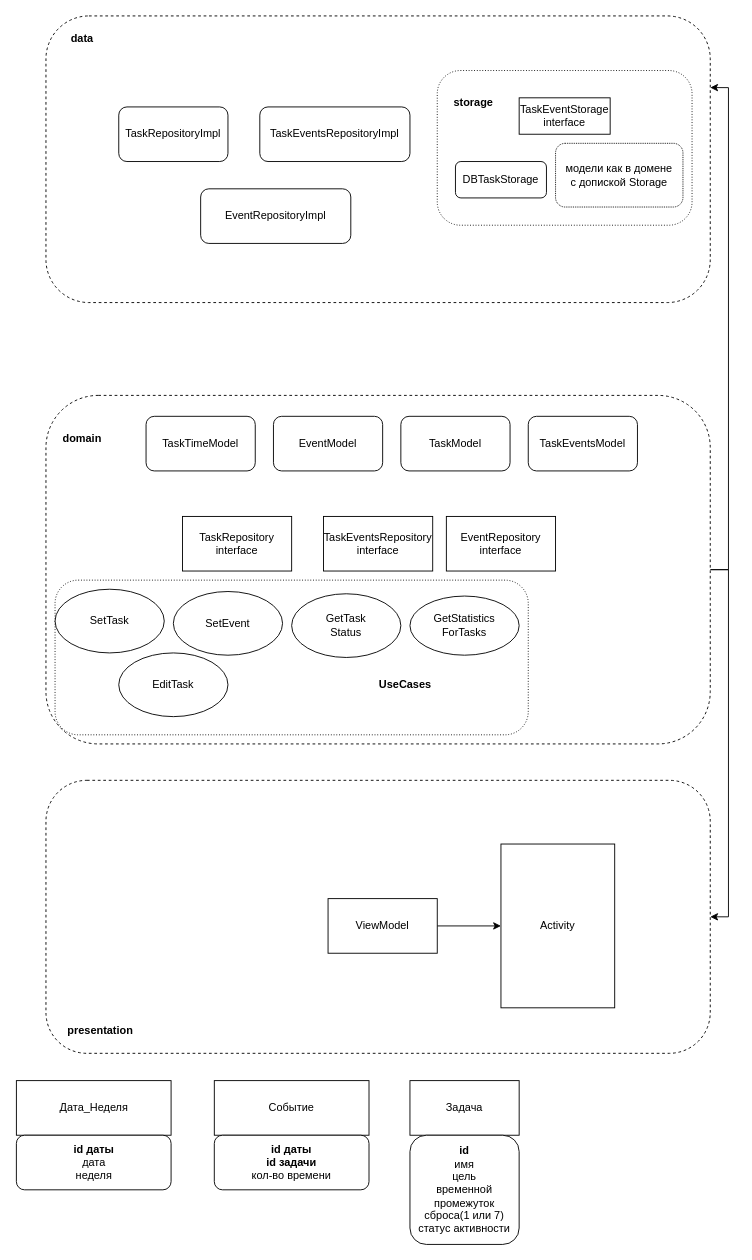
This is Untitled Diagram.drawio from ZXLTRXN/Workulator, a draw.io file, before an edit. Source tidied: cells renumbered, new cells numbered last; positions are measured from the earlier drawing's top-left corner, leaving out a move shared by most shapes. Both pictures are drawn from the tidied source at 91%, with x=0, y=0 at pixel (16, 15).
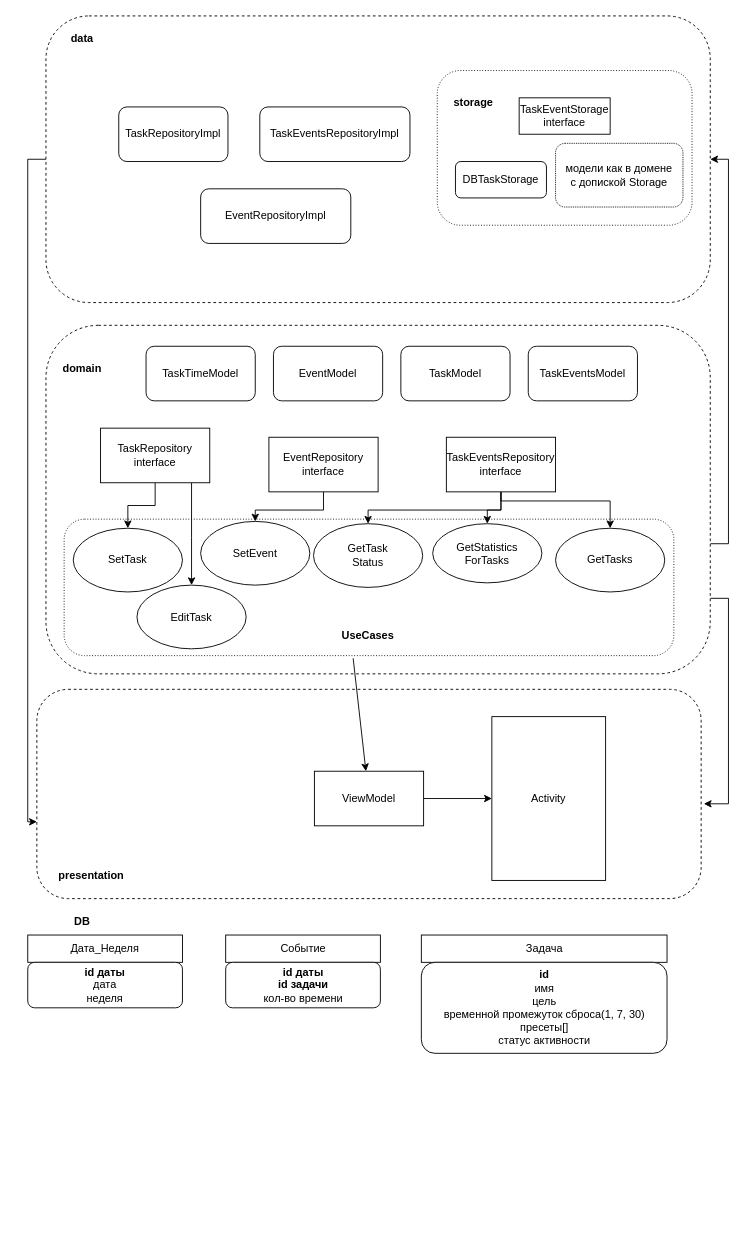
The same page after the edit.

Unchanged cells that the change refers to:
```xml
<mxCell id="2" style="rounded=1;whiteSpace=wrap;html=1;dashed=1;" parent="1" vertex="1">
  <mxGeometry x="32" width="730" height="315" as="geometry" />
</mxCell>
```

Diff of the diagram source:
```diff
@@
+    <mxCell id="41" style="edgeStyle=orthogonalEdgeStyle;rounded=0;jettySize=auto;html=1;entryX=0;entryY=0.633;entryDx=0;entryDy=0;entryPerimeter=0;" parent="1" edge="1" source="2" target="10">
+      <mxGeometry relative="1" as="geometry">
+        <Array as="points">
+          <mxPoint x="12" y="158" />
+          <mxPoint x="12" y="886" />
+        </Array>
+      </mxGeometry>
+    </mxCell>
@@
-    <mxCell id="4" style="edgeStyle=orthogonalEdgeStyle;rounded=0;jettySize=auto;html=1;entryX=1;entryY=0.5;entryDx=0;entryDy=0;" parent="1" edge="1" source="6" target="10">
+    <mxCell id="4" style="edgeStyle=orthogonalEdgeStyle;rounded=0;jettySize=auto;html=1;entryX=1.004;entryY=0.547;entryDx=0;entryDy=0;entryPerimeter=0;" parent="1" edge="1" source="6" target="10">
       <mxGeometry relative="1" as="geometry">
         <Array as="points">
-          <mxPoint x="782" y="609" />
-          <mxPoint x="782" y="990" />
+          <mxPoint x="782" y="640" />
+          <mxPoint x="782" y="866" />
         </Array>
       </mxGeometry>
     </mxCell>
-    <mxCell id="5" style="edgeStyle=orthogonalEdgeStyle;rounded=0;jettySize=auto;html=1;entryX=1;entryY=0.25;entryDx=0;entryDy=0;" parent="1" edge="1" source="6" target="2">
+    <mxCell id="5" style="edgeStyle=orthogonalEdgeStyle;rounded=0;jettySize=auto;html=1;entryX=1;entryY=0.5;entryDx=0;entryDy=0;" parent="1" edge="1" source="6" target="2">
       <mxGeometry relative="1" as="geometry">
         <Array as="points">
-          <mxPoint x="782" y="609" />
-          <mxPoint x="782" y="79" />
+          <mxPoint x="782" y="580" />
+          <mxPoint x="782" y="158" />
         </Array>
       </mxGeometry>
     </mxCell>
     <mxCell id="6" style="rounded=1;whiteSpace=wrap;html=1;dashed=1;" parent="1" vertex="1">
-      <mxGeometry x="32" y="417" width="730" height="383" as="geometry" />
+      <mxGeometry x="32" y="340" width="730" height="383" as="geometry" />
     </mxCell>
     <mxCell id="7" style="rounded=1;whiteSpace=wrap;html=1;dashed=1;dashPattern=1 2;" parent="1" vertex="1">
-      <mxGeometry x="42" y="620" width="520" height="170" as="geometry" />
+      <mxGeometry x="52" y="553" width="670" height="150" as="geometry" />
     </mxCell>
     <mxCell id="8" value="domain" style="text;html=1;strokeColor=none;fillColor=none;align=center;verticalAlign=middle;whiteSpace=wrap;rounded=0;dashed=1;fontStyle=1;" parent="1" vertex="1">
-      <mxGeometry x="42" y="450" width="60" height="30" as="geometry" />
+      <mxGeometry x="42" y="373" width="60" height="30" as="geometry" />
     </mxCell>
@@
     <mxCell id="10" style="rounded=1;whiteSpace=wrap;html=1;dashed=1;" parent="1" vertex="1">
-      <mxGeometry x="32" y="840" width="730" height="300" as="geometry" />
+      <mxGeometry x="22" y="740" width="730" height="230" as="geometry" />
     </mxCell>
     <mxCell id="11" value="presentation" style="text;html=1;strokeColor=none;fillColor=none;align=center;verticalAlign=middle;whiteSpace=wrap;rounded=0;dashed=1;fontStyle=1;" parent="1" vertex="1">
-      <mxGeometry x="62" y="1100" width="60" height="30" as="geometry" />
+      <mxGeometry x="52" y="930" width="60" height="30" as="geometry" />
     </mxCell>
     <mxCell id="12" value="GetTask&lt;br&gt;Status" style="ellipse;whiteSpace=wrap;html=1;rounded=0;" parent="1" vertex="1">
-      <mxGeometry x="302" y="635" width="120" height="70" as="geometry" />
+      <mxGeometry x="326" y="558" width="120" height="70" as="geometry" />
     </mxCell>
     <mxCell id="13" value="SetEvent" style="ellipse;whiteSpace=wrap;html=1;rounded=0;" parent="1" vertex="1">
-      <mxGeometry x="172" y="632.5" width="120" height="70" as="geometry" />
+      <mxGeometry x="202" y="555.5" width="120" height="70" as="geometry" />
     </mxCell>
     <mxCell id="14" value="SetTask" style="ellipse;whiteSpace=wrap;html=1;rounded=0;" parent="1" vertex="1">
-      <mxGeometry x="42" y="630" width="120" height="70" as="geometry" />
+      <mxGeometry x="62" y="563" width="120" height="70" as="geometry" />
     </mxCell>
     <mxCell id="15" value="GetStatistics&lt;br&gt;ForTasks" style="ellipse;whiteSpace=wrap;html=1;rounded=0;" parent="1" vertex="1">
-      <mxGeometry x="432" y="637.5" width="120" height="65" as="geometry" />
+      <mxGeometry x="457" y="558" width="120" height="65" as="geometry" />
     </mxCell>
     <mxCell id="16" value="&lt;b&gt;UseCases&lt;/b&gt;" style="text;html=1;strokeColor=none;fillColor=none;align=center;verticalAlign=middle;whiteSpace=wrap;rounded=0;" parent="1" vertex="1">
-      <mxGeometry x="397" y="720" width="60" height="30" as="geometry" />
+      <mxGeometry x="356" y="665.5" width="60" height="30" as="geometry" />
     </mxCell>
     <mxCell id="17" value="TaskModel" style="rounded=1;whiteSpace=wrap;html=1;" parent="1" vertex="1">
-      <mxGeometry x="422" y="440" width="120" height="60" as="geometry" />
+      <mxGeometry x="422" y="363" width="120" height="60" as="geometry" />
     </mxCell>
     <mxCell id="18" value="Событие" style="rounded=0;whiteSpace=wrap;html=1;" parent="1" vertex="1">
-      <mxGeometry x="217" y="1170" width="170" height="60" as="geometry" />
+      <mxGeometry x="229.5" y="1010" width="170" height="30" as="geometry" />
     </mxCell>
     <mxCell id="19" value="&lt;b&gt;id даты&lt;br&gt;&lt;/b&gt;&lt;b&gt;id задачи&lt;/b&gt;&lt;br&gt;кол-во времени" style="rounded=1;whiteSpace=wrap;html=1;" parent="1" vertex="1">
-      <mxGeometry x="217" y="1230" width="170" height="60" as="geometry" />
+      <mxGeometry x="229.5" y="1040" width="170" height="50" as="geometry" />
     </mxCell>
     <mxCell id="20" value="Задача" style="rounded=0;whiteSpace=wrap;html=1;" parent="1" vertex="1">
-      <mxGeometry x="432" y="1170" width="120" height="60" as="geometry" />
+      <mxGeometry x="444.5" y="1010" width="270" height="30" as="geometry" />
     </mxCell>
-    <mxCell id="21" value="&lt;b&gt;id&lt;/b&gt;&lt;br&gt;имя&lt;br&gt;цель&lt;br&gt;временной промежуток&lt;br&gt;сброса(1 или 7)&lt;br&gt;статус активности" style="rounded=1;whiteSpace=wrap;html=1;" parent="1" vertex="1">
-      <mxGeometry x="432" y="1230" width="120" height="120" as="geometry" />
+    <mxCell id="21" value="&lt;b&gt;id&lt;/b&gt;&lt;br&gt;имя&lt;br&gt;цель&lt;br&gt;временной промежуток сброса(1, 7, 30)&lt;br&gt;пресеты[]&lt;br&gt;статус активности" style="rounded=1;whiteSpace=wrap;html=1;" parent="1" vertex="1">
+      <mxGeometry x="444.5" y="1040" width="270" height="100" as="geometry" />
     </mxCell>
     <mxCell id="22" value="EditTask" style="ellipse;whiteSpace=wrap;html=1;rounded=0;" parent="1" vertex="1">
-      <mxGeometry x="112" y="700" width="120" height="70" as="geometry" />
+      <mxGeometry x="132" y="625.5" width="120" height="70" as="geometry" />
     </mxCell>
     <mxCell id="23" value="TaskEventsModel" style="rounded=1;whiteSpace=wrap;html=1;" parent="1" vertex="1">
-      <mxGeometry x="562" y="440" width="120" height="60" as="geometry" />
+      <mxGeometry x="562" y="363" width="120" height="60" as="geometry" />
     </mxCell>
+    <mxCell id="42" style="edgeStyle=orthogonalEdgeStyle;rounded=0;jettySize=auto;html=1;" parent="1" edge="1" source="24" target="14">
+      <mxGeometry relative="1" as="geometry" />
+    </mxCell>
+    <mxCell id="43" style="edgeStyle=orthogonalEdgeStyle;rounded=0;jettySize=auto;html=1;" parent="1" edge="1" source="24" target="22">
+      <mxGeometry relative="1" as="geometry">
+        <Array as="points">
+          <mxPoint x="192" y="573" />
+          <mxPoint x="192" y="573" />
+        </Array>
+      </mxGeometry>
+    </mxCell>
     <mxCell id="24" value="TaskRepository&lt;br&gt;interface" style="rounded=0;whiteSpace=wrap;html=1;" parent="1" vertex="1">
-      <mxGeometry x="182" y="550" width="120" height="60" as="geometry" />
+      <mxGeometry x="92" y="453" width="120" height="60" as="geometry" />
     </mxCell>
+    <mxCell id="44" style="edgeStyle=orthogonalEdgeStyle;rounded=0;jettySize=auto;html=1;entryX=0.5;entryY=0;entryDx=0;entryDy=0;" parent="1" edge="1" source="25" target="12">
+      <mxGeometry relative="1" as="geometry">
+        <Array as="points">
+          <mxPoint x="532" y="543" />
+          <mxPoint x="386" y="543" />
+        </Array>
+      </mxGeometry>
+    </mxCell>
+    <mxCell id="45" style="edgeStyle=orthogonalEdgeStyle;rounded=0;jettySize=auto;html=1;entryX=0.5;entryY=0;entryDx=0;entryDy=0;" parent="1" edge="1" source="25" target="15">
+      <mxGeometry relative="1" as="geometry" />
+    </mxCell>
+    <mxCell id="46" style="edgeStyle=orthogonalEdgeStyle;rounded=0;jettySize=auto;html=1;" parent="1" edge="1" source="25" target="48">
+      <mxGeometry relative="1" as="geometry">
+        <Array as="points">
+          <mxPoint x="532" y="533" />
+          <mxPoint x="652" y="533" />
+        </Array>
+      </mxGeometry>
+    </mxCell>
     <mxCell id="25" value="TaskEventsRepository&lt;br&gt;interface" style="rounded=0;whiteSpace=wrap;html=1;" parent="1" vertex="1">
-      <mxGeometry x="337" y="550" width="120" height="60" as="geometry" />
+      <mxGeometry x="472" y="463" width="120" height="60" as="geometry" />
     </mxCell>
@@
     <mxCell id="32" value="ViewModel" style="rounded=0;whiteSpace=wrap;html=1;" parent="1" vertex="1">
-      <mxGeometry x="342" y="970" width="120" height="60" as="geometry" />
+      <mxGeometry x="327" y="830" width="120" height="60" as="geometry" />
     </mxCell>
     <mxCell id="33" value="Activity" style="rounded=0;whiteSpace=wrap;html=1;" parent="1" vertex="1">
-      <mxGeometry x="532" y="910" width="125" height="180" as="geometry" />
+      <mxGeometry x="522" y="770" width="125" height="180" as="geometry" />
     </mxCell>
+    <mxCell id="47" style="edgeStyle=orthogonalEdgeStyle;rounded=0;jettySize=auto;html=1;" parent="1" edge="1" source="34" target="13">
+      <mxGeometry relative="1" as="geometry" />
+    </mxCell>
     <mxCell id="34" value="EventRepository&lt;br&gt;interface" style="rounded=0;whiteSpace=wrap;html=1;" parent="1" vertex="1">
-      <mxGeometry x="472" y="550" width="120" height="60" as="geometry" />
+      <mxGeometry x="277" y="463" width="120" height="60" as="geometry" />
     </mxCell>
@@
     <mxCell id="36" value="TaskTimeModel" style="rounded=1;whiteSpace=wrap;html=1;" parent="1" vertex="1">
-      <mxGeometry x="142" y="440" width="120" height="60" as="geometry" />
+      <mxGeometry x="142" y="363" width="120" height="60" as="geometry" />
     </mxCell>
     <mxCell id="37" value="EventModel" style="rounded=1;whiteSpace=wrap;html=1;" parent="1" vertex="1">
-      <mxGeometry x="282" y="440" width="120" height="60" as="geometry" />
+      <mxGeometry x="282" y="363" width="120" height="60" as="geometry" />
     </mxCell>
@@
     <mxCell id="39" value="Дата_Неделя" style="rounded=0;whiteSpace=wrap;html=1;" parent="1" vertex="1">
-      <mxGeometry x="-0.5" y="1170" width="170" height="60" as="geometry" />
+      <mxGeometry x="12" y="1010" width="170" height="30" as="geometry" />
     </mxCell>
     <mxCell id="40" value="&lt;b&gt;id даты&lt;/b&gt;&lt;br&gt;дата&lt;br&gt;неделя" style="rounded=1;whiteSpace=wrap;html=1;" parent="1" vertex="1">
-      <mxGeometry x="-0.5" y="1230" width="170" height="60" as="geometry" />
+      <mxGeometry x="12" y="1040" width="170" height="50" as="geometry" />
     </mxCell>
+    <mxCell id="48" value="GetTasks" style="ellipse;whiteSpace=wrap;html=1;rounded=0;" parent="1" vertex="1">
+      <mxGeometry x="592" y="563" width="120" height="70" as="geometry" />
+    </mxCell>
+    <mxCell id="49" style="endArrow=classic;html=1;rounded=0;exitX=0.474;exitY=1.019;exitDx=0;exitDy=0;exitPerimeter=0;" parent="1" edge="1" source="7" target="32">
+      <mxGeometry relative="1" as="geometry" />
+    </mxCell>
+    <mxCell id="50" value="DB" style="text;html=1;strokeColor=none;fillColor=none;align=center;verticalAlign=middle;whiteSpace=wrap;rounded=0;dashed=1;fontStyle=1;" parent="1" vertex="1">
+      <mxGeometry x="42" y="980" width="60" height="30" as="geometry" />
+    </mxCell>
```
